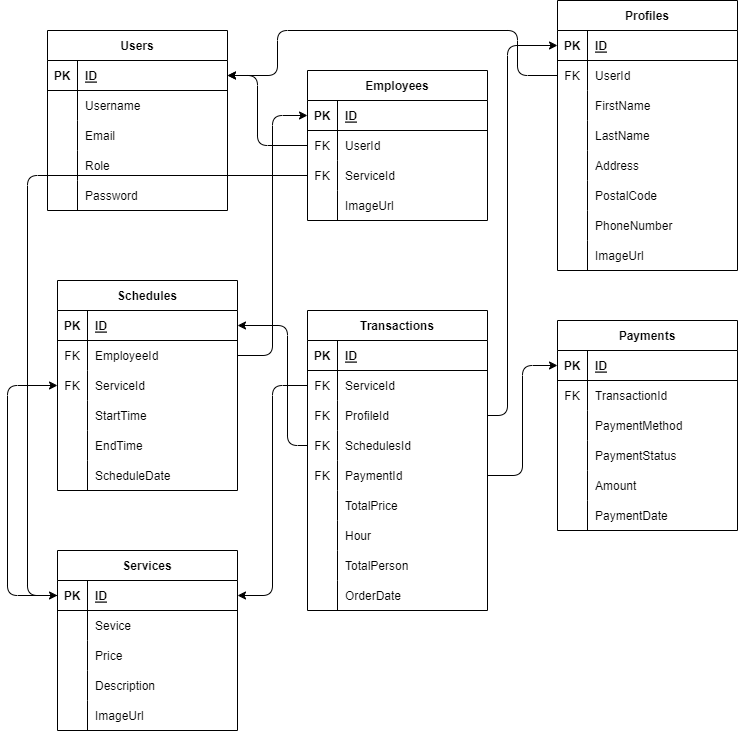
Before: schema.drawio.png, a diagram exported from draw.io (Go-Cleen/SpotlessNess). Source tidied: cells renumbered, new cells last; positions are measured from the earlier drawing's top-left corner, leaving out a move shared by most shapes.
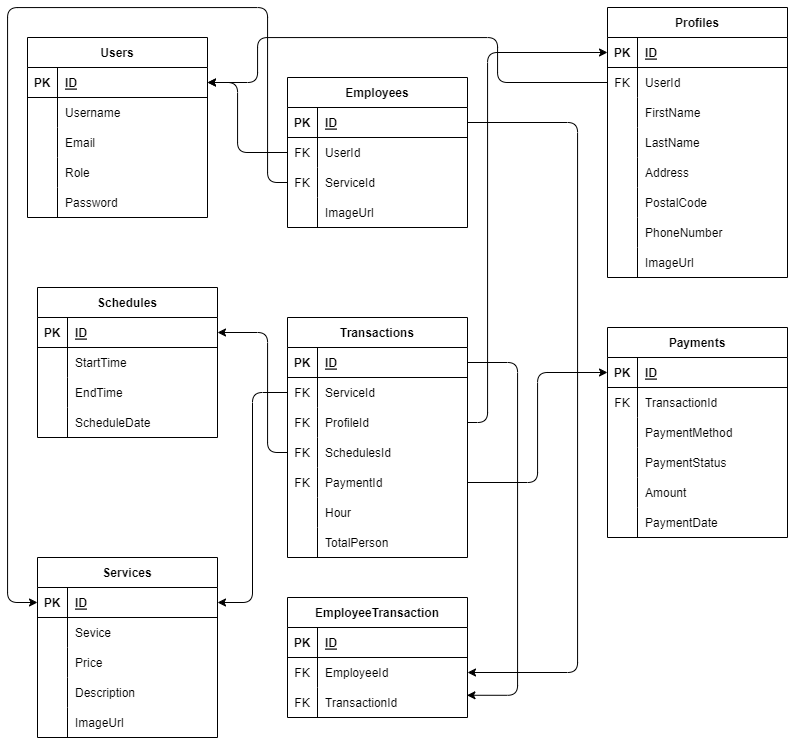
The same file after the commit.

Change to the diagram source:
```diff
@@ -51,7 +51,7 @@
       <mxGeometry x="30" width="150" height="30" as="geometry" />
     </mxCell>
     <mxCell id="18" value="Profiles" style="shape=table;startSize=30;rowLines=0;fontStyle=1;align=center;" parent="1" vertex="1">
-      <mxGeometry x="550" width="180" height="270" as="geometry" />
+      <mxGeometry x="620" width="180" height="270" as="geometry" />
     </mxCell>
     <mxCell id="19" style="shape=tableRow;horizontal=0;startSize=0;swimlaneHead=0;swimlaneBody=0;fillColor=none;points=[[0,0.5],[1,0.5]];portConstraint=eastwest;top=0;left=0;right=0;bottom=1;" parent="18" vertex="1">
       <mxGeometry y="30" width="180" height="30" as="geometry" />
@@ -174,7 +174,7 @@
       <mxGeometry x="30" width="150" height="30" as="geometry" />
     </mxCell>
     <mxCell id="59" value="Transactions" style="shape=table;startSize=30;rowLines=0;fontStyle=1;align=center;" parent="1" vertex="1">
-      <mxGeometry x="300" y="310" width="180" height="300" as="geometry" />
+      <mxGeometry x="300" y="310" width="180" height="240" as="geometry" />
     </mxCell>
     <mxCell id="60" style="shape=tableRow;horizontal=0;startSize=0;swimlaneHead=0;swimlaneBody=0;fillColor=none;points=[[0,0.5],[1,0.5]];portConstraint=eastwest;top=0;left=0;right=0;bottom=1;" parent="59" vertex="1">
       <mxGeometry y="30" width="180" height="30" as="geometry" />
@@ -221,17 +221,8 @@
     <mxCell id="74" value="PaymentId" style="shape=partialRectangle;fillColor=none;top=0;left=0;bottom=0;right=0;align=left;spacingLeft=6;overflow=hidden;" parent="72" vertex="1">
       <mxGeometry x="30" width="150" height="30" as="geometry" />
     </mxCell>
-    <mxCell id="75" style="shape=tableRow;horizontal=0;startSize=0;swimlaneHead=0;swimlaneBody=0;fillColor=none;top=0;left=0;right=0;bottom=0;" parent="59" vertex="1">
-      <mxGeometry y="180" width="180" height="30" as="geometry" />
-    </mxCell>
-    <mxCell id="76" style="shape=partialRectangle;fillColor=none;top=0;left=0;bottom=0;right=0;overflow=hidden;" parent="75" vertex="1">
-      <mxGeometry width="30" height="30" as="geometry" />
-    </mxCell>
-    <mxCell id="77" value="TotalPrice" style="shape=partialRectangle;fillColor=none;top=0;left=0;bottom=0;right=0;align=left;spacingLeft=6;overflow=hidden;" parent="75" vertex="1">
-      <mxGeometry x="30" width="150" height="30" as="geometry" />
-    </mxCell>
     <mxCell id="78" style="shape=tableRow;horizontal=0;startSize=0;swimlaneHead=0;swimlaneBody=0;fillColor=none;top=0;left=0;right=0;bottom=0;" parent="59" vertex="1">
-      <mxGeometry y="210" width="180" height="30" as="geometry" />
+      <mxGeometry y="180" width="180" height="30" as="geometry" />
     </mxCell>
     <mxCell id="79" style="shape=partialRectangle;fillColor=none;top=0;left=0;bottom=0;right=0;overflow=hidden;" parent="78" vertex="1">
       <mxGeometry width="30" height="30" as="geometry" />
@@ -240,7 +231,7 @@
       <mxGeometry x="30" width="150" height="30" as="geometry" />
     </mxCell>
     <mxCell id="81" style="shape=tableRow;horizontal=0;startSize=0;swimlaneHead=0;swimlaneBody=0;fillColor=none;top=0;left=0;right=0;bottom=0;" parent="59" vertex="1">
-      <mxGeometry y="240" width="180" height="30" as="geometry" />
+      <mxGeometry y="210" width="180" height="30" as="geometry" />
     </mxCell>
     <mxCell id="82" style="shape=partialRectangle;fillColor=none;top=0;left=0;bottom=0;right=0;overflow=hidden;" parent="81" vertex="1">
       <mxGeometry width="30" height="30" as="geometry" />
@@ -248,15 +239,6 @@
     <mxCell id="83" value="TotalPerson" style="shape=partialRectangle;fillColor=none;top=0;left=0;bottom=0;right=0;align=left;spacingLeft=6;overflow=hidden;" parent="81" vertex="1">
       <mxGeometry x="30" width="150" height="30" as="geometry" />
     </mxCell>
-    <mxCell id="84" style="shape=tableRow;horizontal=0;startSize=0;swimlaneHead=0;swimlaneBody=0;fillColor=none;top=0;left=0;right=0;bottom=0;" parent="59" vertex="1">
-      <mxGeometry y="270" width="180" height="30" as="geometry" />
-    </mxCell>
-    <mxCell id="85" style="shape=partialRectangle;fillColor=none;top=0;left=0;bottom=0;right=0;overflow=hidden;" parent="84" vertex="1">
-      <mxGeometry width="30" height="30" as="geometry" />
-    </mxCell>
-    <mxCell id="86" value="OrderDate" style="shape=partialRectangle;fillColor=none;top=0;left=0;bottom=0;right=0;align=left;spacingLeft=6;overflow=hidden;" parent="84" vertex="1">
-      <mxGeometry x="30" width="150" height="30" as="geometry" />
-    </mxCell>
     <mxCell id="87" value="Employees" style="shape=table;startSize=30;rowLines=0;fontStyle=1;align=center;" parent="1" vertex="1">
       <mxGeometry x="300" y="70" width="180" height="150" as="geometry" />
     </mxCell>
@@ -297,7 +279,7 @@
       <mxGeometry x="30" width="150" height="30" as="geometry" />
     </mxCell>
     <mxCell id="100" value="Payments" style="shape=table;startSize=30;rowLines=0;fontStyle=1;align=center;" parent="1" vertex="1">
-      <mxGeometry x="550" y="320" width="180" height="210" as="geometry" />
+      <mxGeometry x="620" y="320" width="180" height="210" as="geometry" />
     </mxCell>
     <mxCell id="101" style="shape=tableRow;horizontal=0;startSize=0;swimlaneHead=0;swimlaneBody=0;fillColor=none;points=[[0,0.5],[1,0.5]];portConstraint=eastwest;top=0;left=0;right=0;bottom=1;" parent="100" vertex="1">
       <mxGeometry y="30" width="180" height="30" as="geometry" />
@@ -354,7 +336,7 @@
       <mxGeometry x="30" width="150" height="30" as="geometry" />
     </mxCell>
     <mxCell id="119" value="Schedules" style="shape=table;startSize=30;rowLines=0;fontStyle=1;align=center;" parent="1" vertex="1">
-      <mxGeometry x="50" y="280" width="180" height="210" as="geometry" />
+      <mxGeometry x="50" y="280" width="180" height="150" as="geometry" />
     </mxCell>
     <mxCell id="120" style="shape=tableRow;horizontal=0;startSize=0;swimlaneHead=0;swimlaneBody=0;fillColor=none;points=[[0,0.5],[1,0.5]];portConstraint=eastwest;top=0;left=0;right=0;bottom=1;" parent="119" vertex="1">
       <mxGeometry y="30" width="180" height="30" as="geometry" />
@@ -365,26 +347,8 @@
     <mxCell id="122" value="ID" style="shape=partialRectangle;fillColor=none;top=0;left=0;bottom=0;right=0;align=left;spacingLeft=6;fontStyle=5;overflow=hidden;" parent="120" vertex="1">
       <mxGeometry x="30" width="150" height="30" as="geometry" />
     </mxCell>
-    <mxCell id="123" style="shape=tableRow;horizontal=0;startSize=0;swimlaneHead=0;swimlaneBody=0;fillColor=none;points=[[0,0.5],[1,0.5]];portConstraint=eastwest;top=0;left=0;right=0;bottom=0;" parent="119" vertex="1">
-      <mxGeometry y="60" width="180" height="30" as="geometry" />
-    </mxCell>
-    <mxCell id="124" value="FK" style="shape=partialRectangle;fillColor=none;top=0;left=0;bottom=0;right=0;overflow=hidden;" parent="123" vertex="1">
-      <mxGeometry width="30" height="30" as="geometry" />
-    </mxCell>
-    <mxCell id="125" value="EmployeeId" style="shape=partialRectangle;fillColor=none;top=0;left=0;bottom=0;right=0;align=left;spacingLeft=6;overflow=hidden;" parent="123" vertex="1">
-      <mxGeometry x="30" width="150" height="30" as="geometry" />
-    </mxCell>
-    <mxCell id="126" style="shape=tableRow;horizontal=0;startSize=0;swimlaneHead=0;swimlaneBody=0;fillColor=none;points=[[0,0.5],[1,0.5]];portConstraint=eastwest;top=0;left=0;right=0;bottom=0;" parent="119" vertex="1">
-      <mxGeometry y="90" width="180" height="30" as="geometry" />
-    </mxCell>
-    <mxCell id="127" value="FK" style="shape=partialRectangle;fillColor=none;top=0;left=0;bottom=0;right=0;overflow=hidden;" parent="126" vertex="1">
-      <mxGeometry width="30" height="30" as="geometry" />
-    </mxCell>
-    <mxCell id="128" value="ServiceId" style="shape=partialRectangle;fillColor=none;top=0;left=0;bottom=0;right=0;align=left;spacingLeft=6;overflow=hidden;" parent="126" vertex="1">
-      <mxGeometry x="30" width="150" height="30" as="geometry" />
-    </mxCell>
     <mxCell id="129" style="shape=tableRow;horizontal=0;startSize=0;swimlaneHead=0;swimlaneBody=0;fillColor=none;top=0;left=0;right=0;bottom=0;" parent="119" vertex="1">
-      <mxGeometry y="120" width="180" height="30" as="geometry" />
+      <mxGeometry y="60" width="180" height="30" as="geometry" />
     </mxCell>
     <mxCell id="130" style="shape=partialRectangle;fillColor=none;top=0;left=0;bottom=0;right=0;overflow=hidden;" parent="129" vertex="1">
       <mxGeometry width="30" height="30" as="geometry" />
@@ -393,7 +357,7 @@
       <mxGeometry x="30" width="150" height="30" as="geometry" />
     </mxCell>
     <mxCell id="132" style="shape=tableRow;horizontal=0;startSize=0;swimlaneHead=0;swimlaneBody=0;fillColor=none;top=0;left=0;right=0;bottom=0;" parent="119" vertex="1">
-      <mxGeometry y="150" width="180" height="30" as="geometry" />
+      <mxGeometry y="90" width="180" height="30" as="geometry" />
     </mxCell>
     <mxCell id="133" style="shape=partialRectangle;fillColor=none;top=0;left=0;bottom=0;right=0;overflow=hidden;" parent="132" vertex="1">
       <mxGeometry width="30" height="30" as="geometry" />
@@ -402,7 +366,7 @@
       <mxGeometry x="30" width="150" height="30" as="geometry" />
     </mxCell>
     <mxCell id="135" style="shape=tableRow;horizontal=0;startSize=0;swimlaneHead=0;swimlaneBody=0;fillColor=none;top=0;left=0;right=0;bottom=0;" parent="119" vertex="1">
-      <mxGeometry y="180" width="180" height="30" as="geometry" />
+      <mxGeometry y="120" width="180" height="30" as="geometry" />
     </mxCell>
     <mxCell id="136" style="shape=partialRectangle;fillColor=none;top=0;left=0;bottom=0;right=0;overflow=hidden;" parent="135" vertex="1">
       <mxGeometry width="30" height="30" as="geometry" />
@@ -420,17 +384,6 @@
         </Array>
       </mxGeometry>
     </mxCell>
-    <mxCell id="139" style="edgeStyle=orthogonalEdgeStyle;html=1;exitX=1;exitY=0.5;exitDx=0;exitDy=0;entryX=0;entryY=0.5;entryDx=0;entryDy=0;" parent="1" edge="1" source="123" target="88">
-      <mxGeometry relative="1" as="geometry" />
-    </mxCell>
-    <mxCell id="140" style="edgeStyle=orthogonalEdgeStyle;html=1;exitX=0;exitY=0.5;exitDx=0;exitDy=0;entryX=0;entryY=0.5;entryDx=0;entryDy=0;" parent="1" edge="1" source="44" target="126">
-      <mxGeometry relative="1" as="geometry">
-        <Array as="points">
-          <mxPoint y="595" />
-          <mxPoint y="385" />
-        </Array>
-      </mxGeometry>
-    </mxCell>
     <mxCell id="141" style="edgeStyle=orthogonalEdgeStyle;html=1;exitX=1;exitY=0.5;exitDx=0;exitDy=0;entryX=0;entryY=0.5;entryDx=0;entryDy=0;" parent="1" edge="1" source="72" target="101">
       <mxGeometry relative="1" as="geometry" />
     </mxCell>
@@ -464,10 +417,58 @@
     <mxCell id="146" style="edgeStyle=orthogonalEdgeStyle;html=1;exitX=0;exitY=0.5;exitDx=0;exitDy=0;entryX=0;entryY=0.5;entryDx=0;entryDy=0;" parent="1" edge="1" source="94" target="44">
       <mxGeometry relative="1" as="geometry">
         <Array as="points">
-          <mxPoint x="20" y="175" />
+          <mxPoint x="280" y="175" />
+          <mxPoint x="280" />
+          <mxPoint x="20" />
           <mxPoint x="20" y="595" />
         </Array>
       </mxGeometry>
     </mxCell>
+    <mxCell id="147" value="EmployeeTransaction" style="shape=table;startSize=30;rowLines=0;fontStyle=1;align=center;" parent="1" vertex="1">
+      <mxGeometry x="300" y="590" width="180" height="120" as="geometry" />
+    </mxCell>
+    <mxCell id="148" style="shape=tableRow;horizontal=0;startSize=0;swimlaneHead=0;swimlaneBody=0;fillColor=none;top=0;left=0;right=0;bottom=1;" parent="147" vertex="1">
+      <mxGeometry y="30" width="180" height="30" as="geometry" />
+    </mxCell>
+    <mxCell id="149" value="PK" style="shape=partialRectangle;fillColor=none;top=0;left=0;bottom=0;right=0;fontStyle=1;overflow=hidden;" parent="148" vertex="1">
+      <mxGeometry width="30" height="30" as="geometry" />
+    </mxCell>
+    <mxCell id="150" value="ID" style="shape=partialRectangle;fillColor=none;top=0;left=0;bottom=0;right=0;align=left;spacingLeft=6;fontStyle=5;overflow=hidden;" parent="148" vertex="1">
+      <mxGeometry x="30" width="150" height="30" as="geometry" />
+    </mxCell>
+    <mxCell id="123" style="shape=tableRow;horizontal=0;startSize=0;swimlaneHead=0;swimlaneBody=0;fillColor=none;points=[[0,0.5],[1,0.5]];portConstraint=eastwest;top=0;left=0;right=0;bottom=0;" parent="147" vertex="1">
+      <mxGeometry y="60" width="180" height="30" as="geometry" />
+    </mxCell>
+    <mxCell id="151" value="FK" style="shape=partialRectangle;fillColor=none;top=0;left=0;bottom=0;right=0;overflow=hidden;" parent="123" vertex="1">
+      <mxGeometry width="30" height="30" as="geometry" />
+    </mxCell>
+    <mxCell id="125" value="EmployeeId" style="shape=partialRectangle;fillColor=none;top=0;left=0;bottom=0;right=0;align=left;spacingLeft=6;overflow=hidden;" parent="123" vertex="1">
+      <mxGeometry x="30" width="150" height="30" as="geometry" />
+    </mxCell>
+    <mxCell id="126" style="shape=tableRow;horizontal=0;startSize=0;swimlaneHead=0;swimlaneBody=0;fillColor=none;points=[[0,0.5],[1,0.5]];portConstraint=eastwest;top=0;left=0;right=0;bottom=0;" parent="147" vertex="1">
+      <mxGeometry y="90" width="180" height="30" as="geometry" />
+    </mxCell>
+    <mxCell id="152" value="FK" style="shape=partialRectangle;fillColor=none;top=0;left=0;bottom=0;right=0;overflow=hidden;" parent="126" vertex="1">
+      <mxGeometry width="30" height="30" as="geometry" />
+    </mxCell>
+    <mxCell id="153" value="TransactionId" style="shape=partialRectangle;fillColor=none;top=0;left=0;bottom=0;right=0;align=left;spacingLeft=6;overflow=hidden;" parent="126" vertex="1">
+      <mxGeometry x="30" width="150" height="30" as="geometry" />
+    </mxCell>
+    <mxCell id="154" style="edgeStyle=orthogonalEdgeStyle;html=1;exitX=1;exitY=0.5;exitDx=0;exitDy=0;entryX=0.997;entryY=0.259;entryDx=0;entryDy=0;entryPerimeter=0;" parent="1" edge="1" source="60" target="126">
+      <mxGeometry relative="1" as="geometry">
+        <Array as="points">
+          <mxPoint x="530" y="355" />
+          <mxPoint x="530" y="688" />
+        </Array>
+      </mxGeometry>
+    </mxCell>
+    <mxCell id="155" style="edgeStyle=orthogonalEdgeStyle;html=1;exitX=1;exitY=0.5;exitDx=0;exitDy=0;entryX=1;entryY=0.5;entryDx=0;entryDy=0;" parent="1" edge="1" source="88" target="123">
+      <mxGeometry relative="1" as="geometry">
+        <Array as="points">
+          <mxPoint x="590" y="115" />
+          <mxPoint x="590" y="665" />
+        </Array>
+      </mxGeometry>
+    </mxCell>
   </root>
 </mxGraphModel>
```
